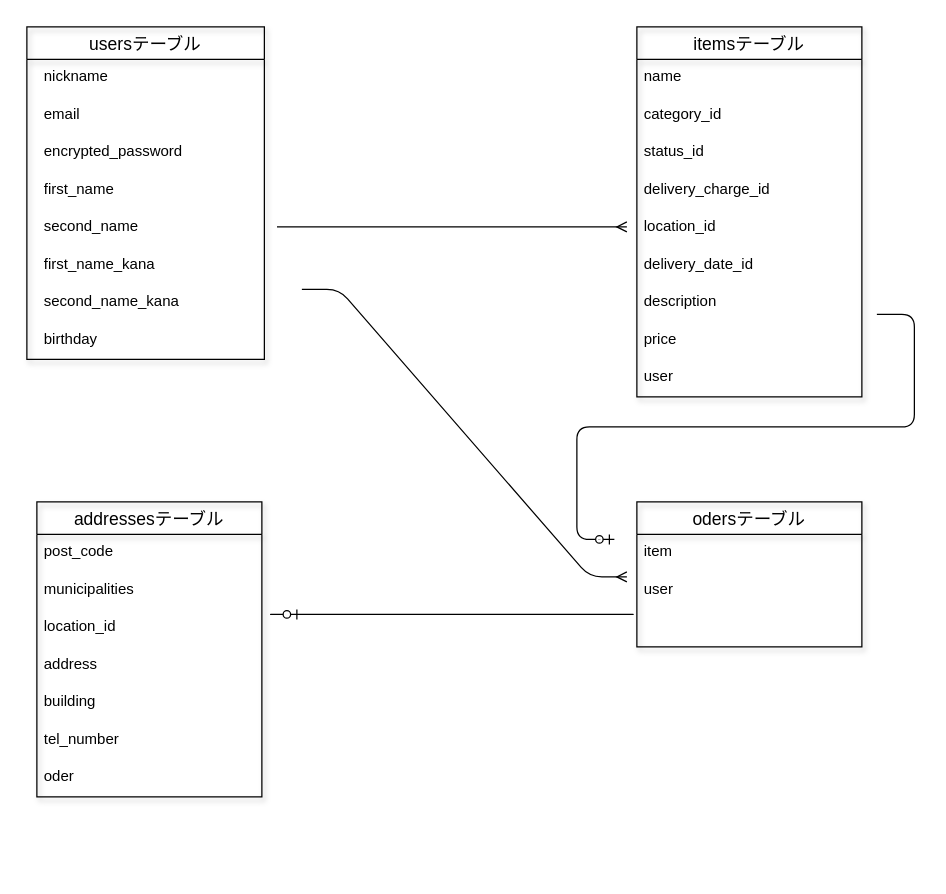
pamapama1/furima-37270 keeps this draw.io diagram as ER.dio. Above is the earlier version. Source tidied: cells renumbered, new cells numbered last; positions are measured from the earlier drawing's top-left corner, leaving out a move shared by most shapes. Both pictures are drawn from the tidied source at 125%, with x=0, y=0 at pixel (26, 26).
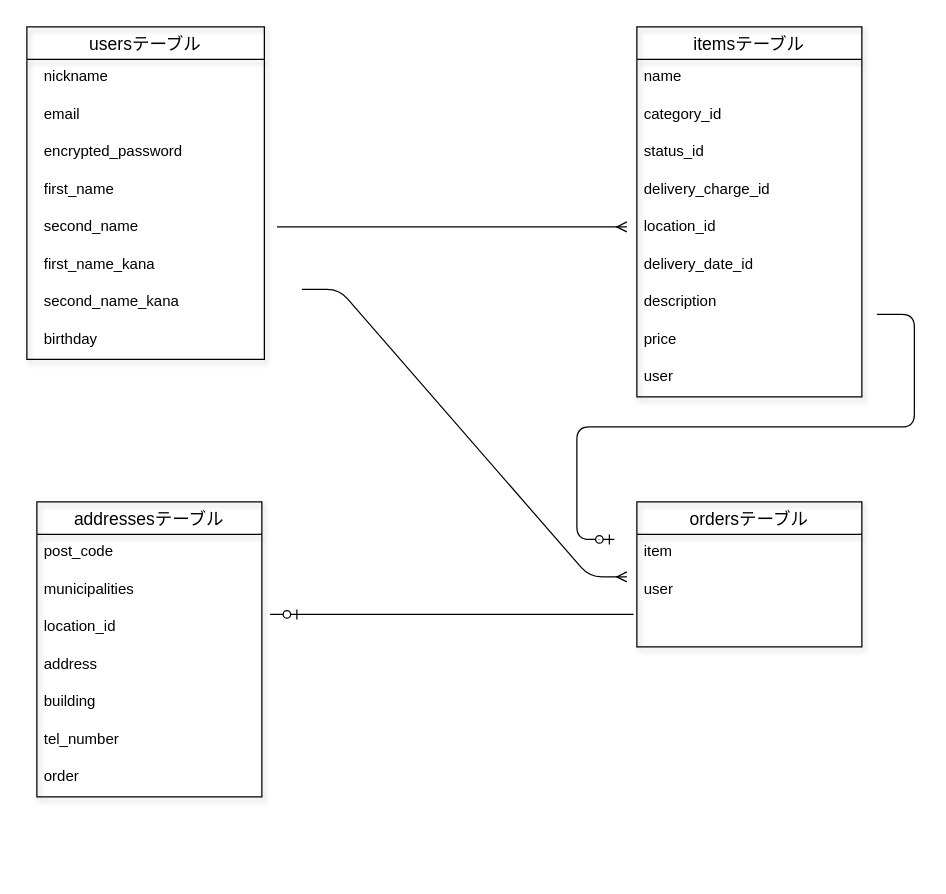
The same page after the edit.

The change refers to these unchanged cells:
```xml
<mxCell id="24" style="group;" parent="1" vertex="1">
  <mxGeometry x="480" y="380" width="198" height="296" as="geometry" />
</mxCell>
<mxCell id="30" value="addressesテーブル" style="swimlane;fontStyle=0;horizontal=1;startSize=26;align=center;fontSize=14;shadow=1;strokeColor=default;fillColor=none;" parent="29" vertex="1">
  <mxGeometry x="8" width="180" height="236" as="geometry" />
</mxCell>
```

What changed in the source:
```diff
@@
-    <mxCell id="25" value="odersテーブル" style="swimlane;fontStyle=0;horizontal=1;startSize=26;align=center;fontSize=14;shadow=1;strokeColor=default;fillColor=none;" parent="24" vertex="1">
+    <mxCell id="25" value="ordersテーブル" style="swimlane;fontStyle=0;horizontal=1;startSize=26;align=center;fontSize=14;shadow=1;strokeColor=default;fillColor=none;" parent="24" vertex="1">
       <mxGeometry x="8" width="180" height="116" as="geometry" />
     </mxCell>
@@
-    <mxCell id="37" value="oder" style="text;strokeColor=none;fillColor=none;spacingLeft=4;spacingRight=4;overflow=hidden;fontSize=12;shadow=1;" parent="30" vertex="1">
+    <mxCell id="37" value="order" style="text;strokeColor=none;fillColor=none;spacingLeft=4;spacingRight=4;overflow=hidden;fontSize=12;shadow=1;" parent="30" vertex="1">
       <mxGeometry y="206" width="180" height="30" as="geometry" />
     </mxCell>
```
